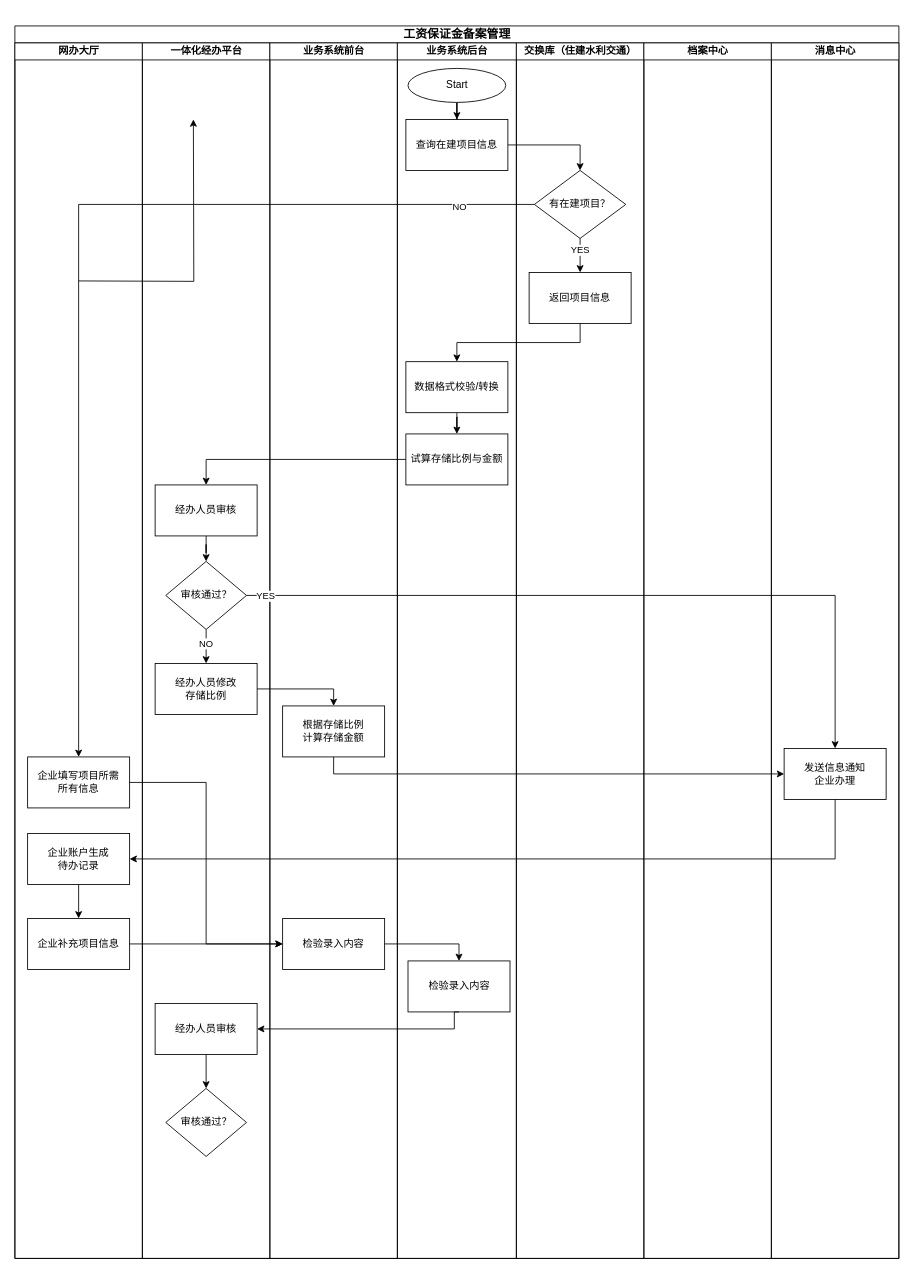
This is 农民工工资保证金.drawio from coderjbin/drawio, a draw.io file, before an edit. Source tidied: cells renumbered, new cells numbered last; positions are measured from the earlier drawing's top-left corner, leaving out a move shared by most shapes. Both pictures are drawn from the tidied source at 85%, with x=0, y=0 at pixel (14, 26).
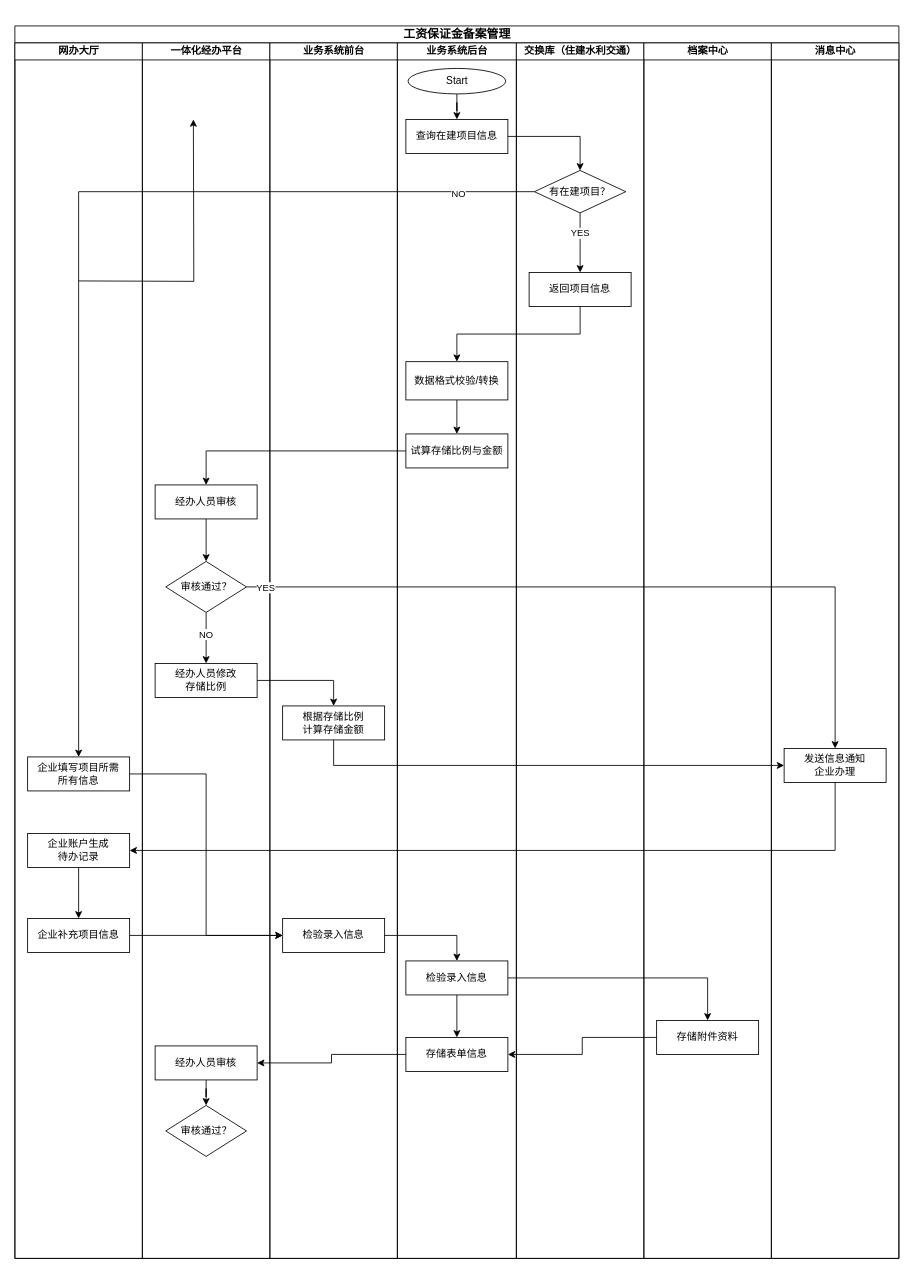
Above is the later version.

Commit message (it also covers changes not shown here):
更新农民工工资保证金.drawio

The change refers to these unchanged cells:
```xml
<mxCell id="2" value="&lt;h3&gt;&lt;p class=&quot;MsoNormal&quot;&gt;&lt;span style=&quot;mso-spacerun:'yes';font-family:宋体;mso-ascii-font-family:Calibri;&lt;br/&gt;mso-hansi-font-family:Calibri;mso-bidi-font-family:'Times New Roman';font-size:10.5000pt;&lt;br/&gt;mso-font-kerning:1.0000pt;&quot;&gt;工资保证金备案管理&lt;/span&gt;&lt;/p&gt;&lt;/h3&gt;" style="swimlane;startSize=20;html=1;" parent="1" vertex="1">
  <mxGeometry width="1040" height="1450" as="geometry" />
</mxCell>
<mxCell id="3" value="网办大厅" style="swimlane;startSize=20;html=1;" parent="2" vertex="1">
  <mxGeometry y="20" width="150" height="1430" as="geometry" />
</mxCell>
<mxCell id="11" value="一体化经办平台" style="swimlane;startSize=20;html=1;" parent="2" vertex="1">
  <mxGeometry x="150" y="20" width="150" height="1430" as="geometry" />
</mxCell>
<mxCell id="21" value="业务系统前台" style="swimlane;startSize=20;html=1;" parent="2" vertex="1">
  <mxGeometry x="300" y="20" width="150" height="1430" as="geometry" />
</mxCell>
<mxCell id="24" value="业务系统后台" style="swimlane;startSize=20;html=1;" parent="2" vertex="1">
  <mxGeometry x="450" y="20" width="140" height="1430" as="geometry" />
</mxCell>
<mxCell id="32" value="交换库（住建水利交通）" style="swimlane;startSize=20;html=1;" parent="2" vertex="1">
  <mxGeometry x="590" y="20" width="150" height="1430" as="geometry" />
</mxCell>
<mxCell id="37" value="档案中心" style="swimlane;startSize=20;html=1;" parent="2" vertex="1">
  <mxGeometry x="740" y="20" width="150" height="1430" as="geometry" />
</mxCell>
<mxCell id="38" value="消息中心" style="swimlane;startSize=20;html=1;" parent="2" vertex="1">
  <mxGeometry x="890" y="20" width="150" height="1430" as="geometry" />
</mxCell>
```

The edit, as a diff of the source:
```diff
@@
     <mxCell id="8" value="企业账户生成&lt;div&gt;待办记录&lt;/div&gt;" style="whiteSpace=wrap;html=1;rounded=0;" parent="3" vertex="1">
-      <mxGeometry x="15" y="930" width="120" height="60" as="geometry" />
+      <mxGeometry x="15" y="930" width="120" height="40" as="geometry" />
     </mxCell>
     <mxCell id="9" value="企业补充项目信息" style="whiteSpace=wrap;html=1;rounded=0;" parent="3" vertex="1">
-      <mxGeometry x="15" y="1030" width="120" height="60" as="geometry" />
+      <mxGeometry x="15" y="1030" width="120" height="40" as="geometry" />
     </mxCell>
     <mxCell id="10" value="&lt;span style=&quot;color: rgb(0, 0, 0); font-family: Helvetica; font-size: 12px; font-style: normal; font-variant-ligatures: normal; font-variant-caps: normal; font-weight: 400; letter-spacing: normal; orphans: 2; text-align: center; text-indent: 0px; text-transform: none; widows: 2; word-spacing: 0px; -webkit-text-stroke-width: 0px; white-space: normal; background-color: rgb(251, 251, 251); text-decoration-thickness: initial; text-decoration-style: initial; text-decoration-color: initial; display: inline !important; float: none;&quot;&gt;企业填写&lt;/span&gt;项目所需&lt;div&gt;所有信息&lt;/div&gt;" style="rounded=0;whiteSpace=wrap;html=1;" parent="3" vertex="1">
-      <mxGeometry x="15" y="840" width="120" height="60" as="geometry" />
+      <mxGeometry x="15" y="840" width="120" height="40" as="geometry" />
     </mxCell>
@@
     <mxCell id="13" value="&lt;span style=&quot;color: rgb(0, 0, 0); font-family: Helvetica; font-size: 12px; font-style: normal; font-variant-ligatures: normal; font-variant-caps: normal; font-weight: 400; letter-spacing: normal; orphans: 2; text-align: center; text-indent: 0px; text-transform: none; widows: 2; word-spacing: 0px; -webkit-text-stroke-width: 0px; white-space: normal; background-color: rgb(251, 251, 251); text-decoration-thickness: initial; text-decoration-style: initial; text-decoration-color: initial; display: inline !important; float: none;&quot;&gt;经办人员审核&lt;/span&gt;" style="rounded=0;whiteSpace=wrap;html=1;" parent="11" vertex="1">
-      <mxGeometry x="15" y="520" width="120" height="60" as="geometry" />
+      <mxGeometry x="15" y="520" width="120" height="40" as="geometry" />
     </mxCell>
@@
     <mxCell id="16" value="审核通过？" style="rhombus;whiteSpace=wrap;html=1;" parent="11" vertex="1">
-      <mxGeometry x="27.5" y="610" width="95" height="80" as="geometry" />
+      <mxGeometry x="27.5" y="610" width="95" height="60" as="geometry" />
     </mxCell>
     <mxCell id="17" value="&lt;span style=&quot;color: rgb(0, 0, 0); font-family: Helvetica; font-size: 12px; font-style: normal; font-variant-ligatures: normal; font-variant-caps: normal; font-weight: 400; letter-spacing: normal; orphans: 2; text-align: center; text-indent: 0px; text-transform: none; widows: 2; word-spacing: 0px; -webkit-text-stroke-width: 0px; white-space: normal; background-color: rgb(251, 251, 251); text-decoration-thickness: initial; text-decoration-style: initial; text-decoration-color: initial; display: inline !important; float: none;&quot;&gt;经办人员修改&lt;/span&gt;&lt;div&gt;&lt;span style=&quot;color: rgb(0, 0, 0); font-family: Helvetica; font-size: 12px; font-style: normal; font-variant-ligatures: normal; font-variant-caps: normal; font-weight: 400; letter-spacing: normal; orphans: 2; text-align: center; text-indent: 0px; text-transform: none; widows: 2; word-spacing: 0px; -webkit-text-stroke-width: 0px; white-space: normal; background-color: rgb(251, 251, 251); text-decoration-thickness: initial; text-decoration-style: initial; text-decoration-color: initial; display: inline !important; float: none;&quot;&gt;存储比例&lt;/span&gt;&lt;/div&gt;" style="rounded=0;whiteSpace=wrap;html=1;" parent="11" vertex="1">
-      <mxGeometry x="15" y="730" width="120" height="60" as="geometry" />
+      <mxGeometry x="15" y="730" width="120" height="40" as="geometry" />
     </mxCell>
@@
     <mxCell id="19" value="&lt;span style=&quot;color: rgb(0, 0, 0); font-family: Helvetica; font-size: 12px; font-style: normal; font-variant-ligatures: normal; font-variant-caps: normal; font-weight: 400; letter-spacing: normal; orphans: 2; text-align: center; text-indent: 0px; text-transform: none; widows: 2; word-spacing: 0px; -webkit-text-stroke-width: 0px; white-space: normal; background-color: rgb(251, 251, 251); text-decoration-thickness: initial; text-decoration-style: initial; text-decoration-color: initial; display: inline !important; float: none;&quot;&gt;经办人员审核&lt;/span&gt;" style="rounded=0;whiteSpace=wrap;html=1;" parent="11" vertex="1">
-      <mxGeometry x="15" y="1130" width="120" height="60" as="geometry" />
+      <mxGeometry x="15" y="1180" width="120" height="40" as="geometry" />
     </mxCell>
     <mxCell id="20" value="审核通过？" style="rhombus;whiteSpace=wrap;html=1;" parent="11" vertex="1">
-      <mxGeometry x="27.5" y="1230" width="95" height="80" as="geometry" />
+      <mxGeometry x="27.5" y="1250" width="95" height="60" as="geometry" />
     </mxCell>
@@
     <mxCell id="22" value="根据存储比例&lt;div&gt;计算存储金额&lt;/div&gt;" style="rounded=0;whiteSpace=wrap;html=1;" parent="21" vertex="1">
-      <mxGeometry x="15" y="780" width="120" height="60" as="geometry" />
+      <mxGeometry x="15" y="780" width="120" height="40" as="geometry" />
     </mxCell>
-    <mxCell id="23" value="&lt;div&gt;&lt;span style=&quot;background-color: initial;&quot;&gt;检验录入内容&lt;/span&gt;&lt;br&gt;&lt;/div&gt;" style="rounded=0;whiteSpace=wrap;html=1;" parent="21" vertex="1">
-      <mxGeometry x="15" y="1030" width="120" height="60" as="geometry" />
+    <mxCell id="23" value="&lt;div&gt;&lt;span style=&quot;background-color: initial;&quot;&gt;检验录入信息&lt;/span&gt;&lt;br&gt;&lt;/div&gt;" style="rounded=0;whiteSpace=wrap;html=1;" parent="21" vertex="1">
+      <mxGeometry x="15" y="1030" width="120" height="40" as="geometry" />
     </mxCell>
@@
     <mxCell id="26" value="数据格式校验/转换" style="rounded=0;whiteSpace=wrap;html=1;" parent="24" vertex="1">
-      <mxGeometry x="10" y="375" width="120" height="60" as="geometry" />
+      <mxGeometry x="10" y="375" width="120" height="45" as="geometry" />
     </mxCell>
     <mxCell id="27" value="查询在建项目信息" style="rounded=0;whiteSpace=wrap;html=1;" parent="24" vertex="1">
-      <mxGeometry x="10" y="90" width="120" height="60" as="geometry" />
+      <mxGeometry x="10" y="90" width="120" height="40" as="geometry" />
     </mxCell>
     <mxCell id="28" value="试算存储比例与金额" style="rounded=0;whiteSpace=wrap;html=1;" parent="24" vertex="1">
-      <mxGeometry x="10" y="460" width="120" height="60" as="geometry" />
+      <mxGeometry x="10" y="460" width="120" height="40" as="geometry" />
     </mxCell>
@@
     <mxCell id="30" value="Start" style="ellipse;whiteSpace=wrap;html=1;" parent="24" vertex="1">
-      <mxGeometry x="12.5" y="30" width="115" height="40" as="geometry" />
+      <mxGeometry x="12.5" y="30" width="115" height="30" as="geometry" />
     </mxCell>
+    <mxCell id="55" style="edgeStyle=orthogonalEdgeStyle;rounded=0;jettySize=auto;html=1;" parent="24" edge="1" source="31" target="56">
+      <mxGeometry relative="1" as="geometry" />
+    </mxCell>
-    <mxCell id="31" value="&lt;div&gt;&lt;span style=&quot;background-color: initial;&quot;&gt;检验录入内容&lt;/span&gt;&lt;br&gt;&lt;/div&gt;" style="rounded=0;whiteSpace=wrap;html=1;" parent="24" vertex="1">
-      <mxGeometry x="12.5" y="1080" width="120" height="60" as="geometry" />
+    <mxCell id="31" value="&lt;div&gt;&lt;span style=&quot;background-color: initial;&quot;&gt;检验录入&lt;/span&gt;&lt;span style=&quot;background-color: initial;&quot;&gt;信息&lt;/span&gt;&lt;br&gt;&lt;/div&gt;" style="rounded=0;whiteSpace=wrap;html=1;" parent="24" vertex="1">
+      <mxGeometry x="10" y="1080" width="120" height="40" as="geometry" />
     </mxCell>
+    <mxCell id="56" value="&lt;div&gt;存储表单信息&lt;/div&gt;" style="rounded=0;whiteSpace=wrap;html=1;" parent="24" vertex="1">
+      <mxGeometry x="10" y="1170" width="120" height="40" as="geometry" />
+    </mxCell>
@@
     <mxCell id="33" value="返回项目信息" style="whiteSpace=wrap;html=1;rounded=0;" parent="32" vertex="1">
-      <mxGeometry x="15" y="270" width="120" height="60" as="geometry" />
+      <mxGeometry x="15" y="270" width="120" height="40" as="geometry" />
     </mxCell>
     <mxCell id="34" value="有在建项目&lt;span style=&quot;background-color: initial;&quot;&gt;？&lt;/span&gt;" style="rhombus;whiteSpace=wrap;html=1;" parent="32" vertex="1">
-      <mxGeometry x="21.2" y="150" width="107.5" height="80" as="geometry" />
+      <mxGeometry x="21.2" y="150" width="107.5" height="50" as="geometry" />
     </mxCell>
@@
+    <mxCell id="57" value="&lt;div&gt;&lt;span style=&quot;background-color: initial;&quot;&gt;存储附件资料&lt;/span&gt;&lt;br&gt;&lt;/div&gt;" style="rounded=0;whiteSpace=wrap;html=1;" parent="37" vertex="1">
+      <mxGeometry x="15" y="1150" width="120" height="40" as="geometry" />
+    </mxCell>
@@
     <mxCell id="39" value="发送信息通知&lt;div&gt;企业办理&lt;/div&gt;" style="whiteSpace=wrap;html=1;rounded=0;" parent="38" vertex="1">
-      <mxGeometry x="15" y="830" width="120" height="60" as="geometry" />
+      <mxGeometry x="15" y="830" width="120" height="40" as="geometry" />
     </mxCell>
@@
-    <mxCell id="54" style="edgeStyle=orthogonalEdgeStyle;rounded=0;jettySize=auto;html=1;entryX=1;entryY=0.5;entryDx=0;entryDy=0;exitX=0.5;exitY=1;exitDx=0;exitDy=0;" parent="2" edge="1" source="31" target="19">
-      <mxGeometry relative="1" as="geometry">
-        <Array as="points">
-          <mxPoint x="517" y="1160" />
-          <mxPoint x="517" y="1180" />
-        </Array>
-      </mxGeometry>
-    </mxCell>
+    <mxCell id="58" style="edgeStyle=orthogonalEdgeStyle;rounded=0;jettySize=auto;html=1;entryX=0.5;entryY=0;entryDx=0;entryDy=0;" parent="2" edge="1" source="31" target="57">
+      <mxGeometry relative="1" as="geometry" />
+    </mxCell>
+    <mxCell id="59" style="edgeStyle=orthogonalEdgeStyle;rounded=0;jettySize=auto;html=1;entryX=1;entryY=0.5;entryDx=0;entryDy=0;" parent="2" edge="1" source="56" target="19">
+      <mxGeometry relative="1" as="geometry" />
+    </mxCell>
+    <mxCell id="60" style="edgeStyle=orthogonalEdgeStyle;rounded=0;jettySize=auto;html=1;entryX=1;entryY=0.5;entryDx=0;entryDy=0;" parent="2" edge="1" source="57" target="56">
+      <mxGeometry relative="1" as="geometry" />
+    </mxCell>
```
